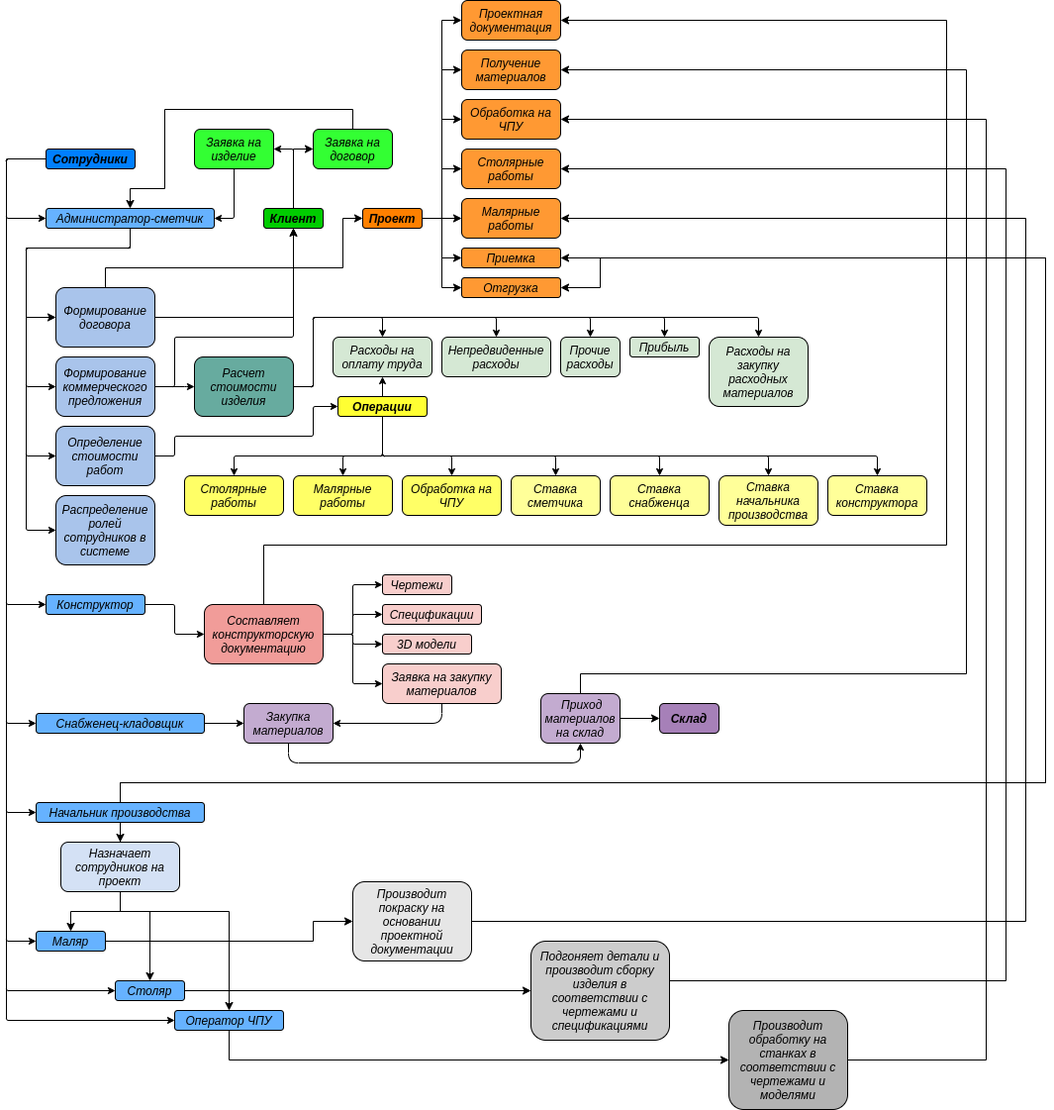
This is docs/uml/rocket-erp-diagram.png from rwxrwxr-x/rocket-erp, a draw.io export, as it was before one commit. Source tidied: cells renumbered, new cells last; positions are measured from the earlier drawing's top-left corner, leaving out a move shared by most shapes.
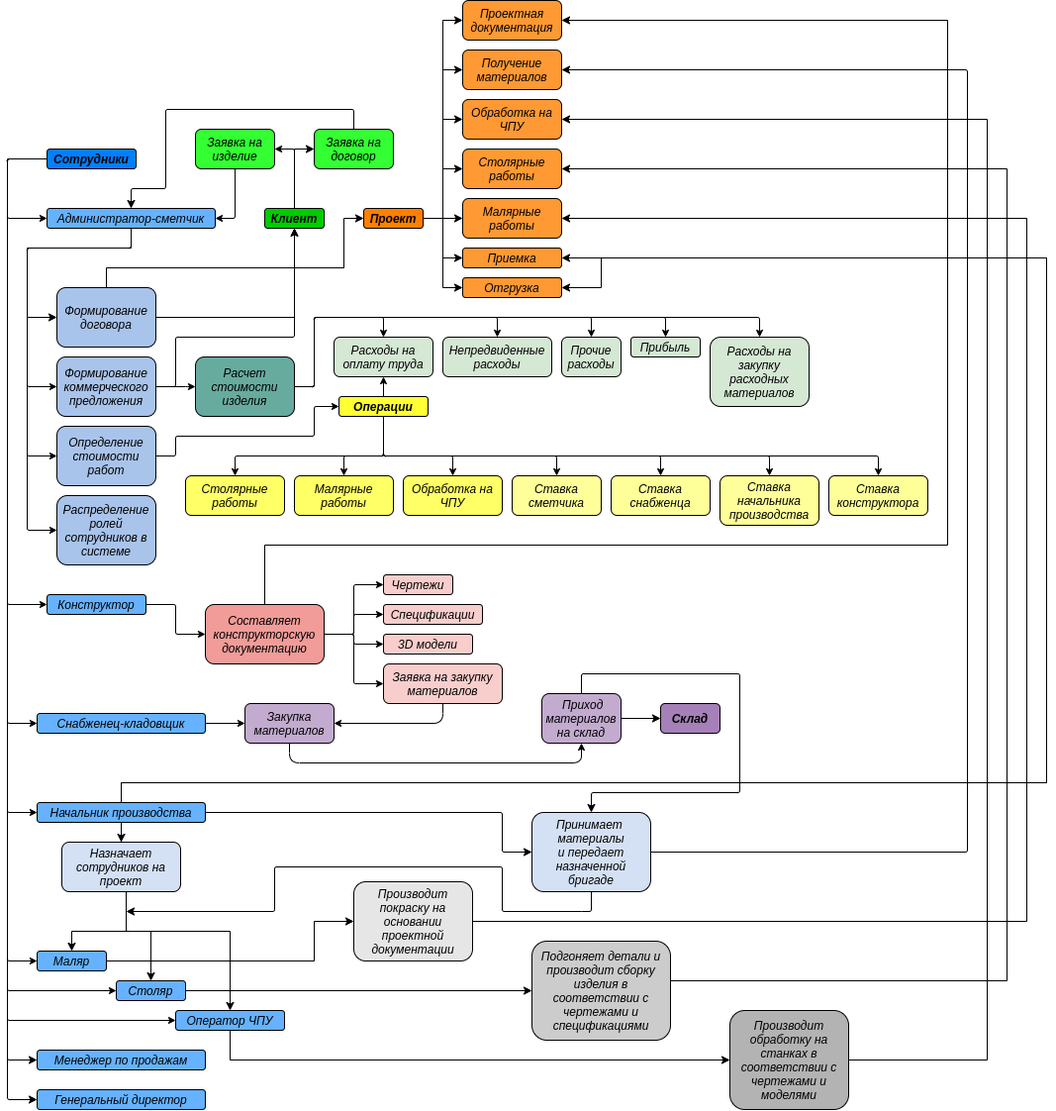
After the commit.

Diff of the diagram source:
```diff
@@ -37,7 +37,7 @@
       <mxGeometry relative="1" as="geometry">
         <Array as="points">
           <mxPoint y="160" />
-          <mxPoint y="950" />
+          <mxPoint y="970" />
         </Array>
       </mxGeometry>
     </mxCell>
@@ -73,6 +73,22 @@
         </Array>
       </mxGeometry>
     </mxCell>
+    <mxCell id="114" style="edgeStyle=orthogonalEdgeStyle;rounded=1;jettySize=auto;html=1;exitX=0;exitY=0.5;exitDx=0;exitDy=0;entryX=0;entryY=0.5;entryDx=0;entryDy=0;fontColor=#000000;strokeColor=#000000;arcSize=5;" parent="1" edge="1" source="14" target="121">
+      <mxGeometry relative="1" as="geometry">
+        <Array as="points">
+          <mxPoint y="160" />
+          <mxPoint y="1070" />
+        </Array>
+      </mxGeometry>
+    </mxCell>
+    <mxCell id="115" style="edgeStyle=orthogonalEdgeStyle;rounded=1;jettySize=auto;html=1;exitX=0;exitY=0.5;exitDx=0;exitDy=0;entryX=0;entryY=0.5;entryDx=0;entryDy=0;fontColor=#000000;strokeColor=#000000;arcSize=5;" parent="1" edge="1" source="14" target="122">
+      <mxGeometry relative="1" as="geometry">
+        <Array as="points">
+          <mxPoint y="160" />
+          <mxPoint y="1110" />
+        </Array>
+      </mxGeometry>
+    </mxCell>
     <mxCell id="14" value="&lt;i&gt;&lt;b&gt;Сотрудники&lt;/b&gt;&lt;/i&gt;" style="rounded=1;whiteSpace=wrap;html=1;fillColor=#007FFF;strokeColor=#000000;fontColor=#000000;" parent="1" vertex="1">
       <mxGeometry x="40" y="150" width="90" height="20" as="geometry" />
     </mxCell>
@@ -343,13 +359,13 @@
     <mxCell id="60" style="edgeStyle=orthogonalEdgeStyle;rounded=0;jettySize=auto;html=1;exitX=1;exitY=0.5;exitDx=0;exitDy=0;entryX=0;entryY=0.5;entryDx=0;entryDy=0;strokeColor=#000000;fontColor=#000000;" parent="1" edge="1" source="61" target="111">
       <mxGeometry relative="1" as="geometry">
         <Array as="points">
-          <mxPoint x="310" y="950" />
+          <mxPoint x="310" y="970" />
           <mxPoint x="310" y="930" />
         </Array>
       </mxGeometry>
     </mxCell>
     <mxCell id="61" value="&lt;i&gt;Маляр&lt;/i&gt;" style="rounded=1;whiteSpace=wrap;html=1;fillColor=#66B2FF;strokeColor=#000000;fontColor=#000000;" parent="1" vertex="1">
-      <mxGeometry x="30" y="940" width="70" height="20" as="geometry" />
+      <mxGeometry x="30" y="960" width="70" height="20" as="geometry" />
     </mxCell>
     <mxCell id="62" style="edgeStyle=orthogonalEdgeStyle;rounded=0;jettySize=auto;html=1;exitX=1;exitY=0.5;exitDx=0;exitDy=0;entryX=1;entryY=0.5;entryDx=0;entryDy=0;startArrow=none;strokeColor=#000000;fontColor=#000000;" parent="1" edge="1" source="113" target="101">
       <mxGeometry relative="1" as="geometry">
@@ -444,6 +460,14 @@
         </Array>
       </mxGeometry>
     </mxCell>
+    <mxCell id="116" style="edgeStyle=orthogonalEdgeStyle;rounded=1;jettySize=auto;html=1;exitX=1;exitY=0.5;exitDx=0;exitDy=0;entryX=0;entryY=0.5;entryDx=0;entryDy=0;fontColor=#000000;strokeColor=#000000;arcSize=5;" parent="1" edge="1" source="78" target="120">
+      <mxGeometry relative="1" as="geometry">
+        <Array as="points">
+          <mxPoint x="500" y="820" />
+          <mxPoint x="500" y="860" />
+        </Array>
+      </mxGeometry>
+    </mxCell>
     <mxCell id="78" value="&lt;i&gt;Начальник производства&lt;/i&gt;" style="rounded=1;whiteSpace=wrap;html=1;fillColor=#66B2FF;strokeColor=#000000;fontColor=#000000;" parent="1" vertex="1">
       <mxGeometry x="30" y="810" width="170" height="20" as="geometry" />
     </mxCell>
@@ -476,15 +500,16 @@
     <mxCell id="86" style="edgeStyle=orthogonalEdgeStyle;rounded=0;jettySize=auto;html=1;strokeColor=#000000;fontColor=#000000;" parent="1" edge="1" source="88" target="103">
       <mxGeometry relative="1" as="geometry" />
     </mxCell>
-    <mxCell id="87" style="edgeStyle=orthogonalEdgeStyle;rounded=0;jettySize=auto;html=1;exitX=0.5;exitY=0;exitDx=0;exitDy=0;entryX=1;entryY=0.5;entryDx=0;entryDy=0;strokeColor=#000000;fontColor=#000000;" parent="1" edge="1" source="88" target="97">
-      <mxGeometry relative="1" as="geometry">
-        <Array as="points">
-          <mxPoint x="580" y="680" />
-          <mxPoint x="970" y="680" />
-          <mxPoint x="970" y="70" />
-        </Array>
-      </mxGeometry>
-    </mxCell>
+    <mxCell id="117" style="edgeStyle=orthogonalEdgeStyle;jettySize=auto;html=1;exitX=0.5;exitY=0;exitDx=0;exitDy=0;entryX=0.5;entryY=0;entryDx=0;entryDy=0;fontColor=#000000;strokeColor=#000000;arcSize=5;" parent="1" edge="1" source="88" target="120">
+      <mxGeometry relative="1" as="geometry">
+        <Array as="points">
+          <mxPoint x="580" y="680" />
+          <mxPoint x="740" y="680" />
+          <mxPoint x="740" y="800" />
+          <mxPoint x="590" y="800" />
+        </Array>
+      </mxGeometry>
+    </mxCell>
     <mxCell id="88" value="&lt;i&gt;&amp;nbsp;Приход материалов на склад&lt;/i&gt;" style="whiteSpace=wrap;html=1;rounded=1;fillColor=#C3ABD0;strokeColor=#000000;fontColor=#000000;" parent="1" vertex="1">
       <mxGeometry x="540" y="700" width="80" height="50" as="geometry" />
     </mxCell>
@@ -518,7 +543,7 @@
     <mxCell id="98" value="&lt;i&gt;Обработка на ЧПУ&lt;/i&gt;" style="rounded=1;whiteSpace=wrap;html=1;fillColor=#FF9933;strokeColor=#000000;fontColor=#000000;" parent="1" vertex="1">
       <mxGeometry x="460" y="100" width="100" height="40" as="geometry" />
     </mxCell>
-    <mxCell id="99" style="edgeStyle=orthogonalEdgeStyle;rounded=0;jettySize=auto;html=1;exitX=0.5;exitY=0;exitDx=0;exitDy=0;entryX=0.5;entryY=0;entryDx=0;entryDy=0;strokeColor=#000000;fontColor=#000000;" parent="1" edge="1" source="100" target="19">
+    <mxCell id="99" style="edgeStyle=orthogonalEdgeStyle;rounded=1;jettySize=auto;html=1;exitX=0.5;exitY=0;exitDx=0;exitDy=0;entryX=0.5;entryY=0;entryDx=0;entryDy=0;strokeColor=#000000;fontColor=#000000;arcSize=5;" parent="1" edge="1" source="100" target="19">
       <mxGeometry relative="1" as="geometry">
         <Array as="points">
           <mxPoint x="350" y="110" />
@@ -544,21 +569,29 @@
       <mxGeometry x="460" width="100" height="40" as="geometry" />
     </mxCell>
     <mxCell id="105" style="edgeStyle=orthogonalEdgeStyle;rounded=0;jettySize=auto;html=1;exitX=0.5;exitY=1;exitDx=0;exitDy=0;entryX=0.5;entryY=0;entryDx=0;entryDy=0;strokeColor=#000000;fontColor=#000000;" parent="1" edge="1" source="108" target="61">
-      <mxGeometry relative="1" as="geometry" />
+      <mxGeometry relative="1" as="geometry">
+        <Array as="points">
+          <mxPoint x="120" y="900" />
+          <mxPoint x="120" y="940" />
+          <mxPoint x="65" y="940" />
+        </Array>
+      </mxGeometry>
     </mxCell>
     <mxCell id="106" style="edgeStyle=orthogonalEdgeStyle;rounded=0;jettySize=auto;html=1;exitX=0.5;exitY=1;exitDx=0;exitDy=0;entryX=0.5;entryY=0;entryDx=0;entryDy=0;strokeColor=#000000;fontColor=#000000;" parent="1" edge="1" source="108" target="64">
       <mxGeometry relative="1" as="geometry">
         <Array as="points">
-          <mxPoint x="115" y="920" />
-          <mxPoint x="145" y="920" />
+          <mxPoint x="120" y="900" />
+          <mxPoint x="120" y="940" />
+          <mxPoint x="145" y="940" />
         </Array>
       </mxGeometry>
     </mxCell>
     <mxCell id="107" style="edgeStyle=orthogonalEdgeStyle;rounded=0;jettySize=auto;html=1;exitX=0.5;exitY=1;exitDx=0;exitDy=0;entryX=0.5;entryY=0;entryDx=0;entryDy=0;strokeColor=#000000;fontColor=#000000;" parent="1" edge="1" source="108" target="56">
       <mxGeometry relative="1" as="geometry">
         <Array as="points">
-          <mxPoint x="115" y="920" />
-          <mxPoint x="225" y="920" />
+          <mxPoint x="120" y="900" />
+          <mxPoint x="120" y="940" />
+          <mxPoint x="225" y="940" />
         </Array>
       </mxGeometry>
     </mxCell>
@@ -580,5 +613,35 @@
     <mxCell id="113" value="&lt;i&gt;Подгоняет детали и производит сборку изделия в соответствии с чертежами и спецификациями&lt;/i&gt;" style="whiteSpace=wrap;html=1;rounded=1;fillColor=#CCCCCC;strokeColor=#000000;fontColor=#000000;" parent="1" vertex="1">
       <mxGeometry x="530" y="950" width="140" height="100" as="geometry" />
     </mxCell>
+    <mxCell id="118" style="edgeStyle=orthogonalEdgeStyle;jettySize=auto;html=1;exitX=0.5;exitY=1;exitDx=0;exitDy=0;fontColor=#000000;strokeColor=#000000;arcSize=5;" parent="1" edge="1" source="120">
+      <mxGeometry relative="1" as="geometry">
+        <mxPoint x="120" y="920" as="targetPoint" />
+        <Array as="points">
+          <mxPoint x="580" y="920" />
+          <mxPoint x="500" y="920" />
+          <mxPoint x="500" y="875" />
+          <mxPoint x="270" y="875" />
+          <mxPoint x="270" y="920" />
+          <mxPoint x="120" y="920" />
+        </Array>
+      </mxGeometry>
+    </mxCell>
+    <mxCell id="119" style="edgeStyle=orthogonalEdgeStyle;jettySize=auto;html=1;exitX=1;exitY=0.5;exitDx=0;exitDy=0;entryX=1;entryY=0.5;entryDx=0;entryDy=0;fontColor=#000000;strokeColor=#000000;arcSize=5;" parent="1" edge="1" source="120" target="97">
+      <mxGeometry relative="1" as="geometry">
+        <Array as="points">
+          <mxPoint x="970" y="860" />
+          <mxPoint x="970" y="70" />
+        </Array>
+      </mxGeometry>
+    </mxCell>
+    <mxCell id="120" value="&lt;i&gt;Принимает&amp;nbsp;&lt;br&gt;материалы&lt;br&gt;и передает назначенной бригаде&lt;br&gt;&lt;/i&gt;" style="whiteSpace=wrap;html=1;rounded=1;fillColor=#D4E1F5;strokeColor=#000000;fontColor=#000000;" parent="1" vertex="1">
+      <mxGeometry x="530" y="820" width="120" height="80" as="geometry" />
+    </mxCell>
+    <mxCell id="121" value="&lt;i&gt;Менеджер по продажам&lt;/i&gt;" style="rounded=1;whiteSpace=wrap;html=1;fillColor=#66B2FF;strokeColor=#000000;fontColor=#000000;" parent="1" vertex="1">
+      <mxGeometry x="30" y="1060" width="170" height="20" as="geometry" />
+    </mxCell>
+    <mxCell id="122" value="&lt;i&gt;Генеральный директор&lt;/i&gt;" style="rounded=1;whiteSpace=wrap;html=1;fillColor=#66B2FF;strokeColor=#000000;fontColor=#000000;" parent="1" vertex="1">
+      <mxGeometry x="30" y="1100" width="170" height="20" as="geometry" />
+    </mxCell>
   </root>
 </mxGraphModel>
```
